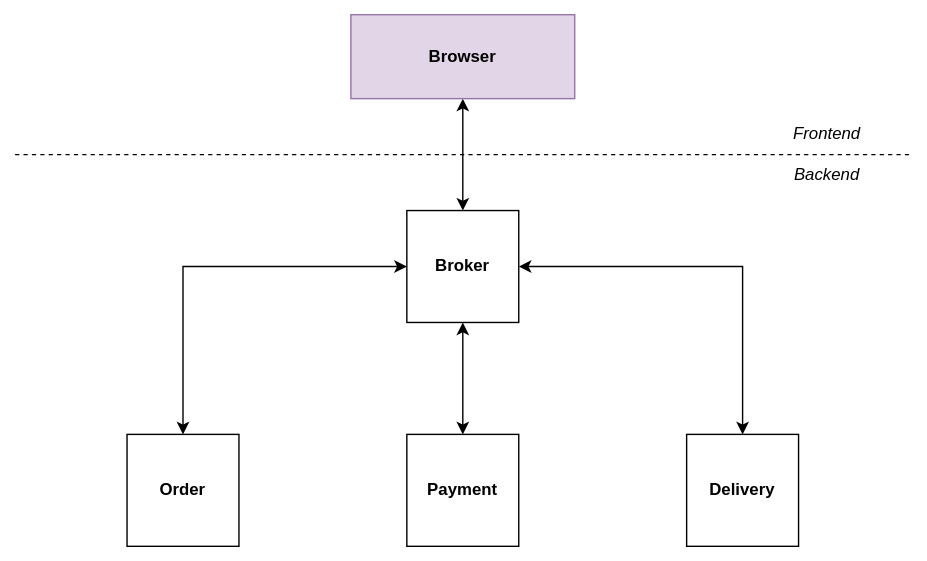
dleclercpro/EventDrivenArchitecturePlayground keeps this draw.io diagram as Diagrams/EventDrivenArchitecture.drawio.svg. Above is the earlier version. Source tidied: cells renumbered, new cells last; positions are measured from the earlier drawing's top-left corner, leaving out a move shared by most shapes. Source of this version:
```xml
<mxGraphModel>
  <root>
    <mxCell id="0" />
    <mxCell id="1" parent="0" />
    <mxCell id="2" style="edgeStyle=orthogonalEdgeStyle;rounded=0;jettySize=auto;html=1;exitX=0.5;exitY=0;exitDx=0;exitDy=0;entryX=0;entryY=0.5;entryDx=0;entryDy=0;startArrow=classic;startFill=1;" parent="1" edge="1" source="3" target="8">
      <mxGeometry relative="1" as="geometry" />
    </mxCell>
    <mxCell id="3" value="&lt;span&gt;Order&lt;br&gt;&lt;/span&gt;" style="whiteSpace=wrap;html=1;fontStyle=1;" parent="1" vertex="1">
      <mxGeometry x="80" y="300" width="80" height="80" as="geometry" />
    </mxCell>
    <mxCell id="4" value="&lt;span&gt;Delivery&lt;br&gt;&lt;/span&gt;" style="whiteSpace=wrap;html=1;fontStyle=1;" parent="1" vertex="1">
      <mxGeometry x="480" y="300" width="80" height="80" as="geometry" />
    </mxCell>
    <mxCell id="5" value="&lt;span&gt;Payment&lt;br&gt;&lt;/span&gt;" style="whiteSpace=wrap;html=1;fontStyle=1;" parent="1" vertex="1">
      <mxGeometry x="280" y="300" width="80" height="80" as="geometry" />
    </mxCell>
    <mxCell id="6" style="edgeStyle=orthogonalEdgeStyle;rounded=0;jettySize=auto;html=1;exitX=1;exitY=0.5;exitDx=0;exitDy=0;entryX=0.5;entryY=0;entryDx=0;entryDy=0;startArrow=classic;startFill=1;" parent="1" edge="1" source="8" target="4">
      <mxGeometry relative="1" as="geometry" />
    </mxCell>
    <mxCell id="7" style="edgeStyle=orthogonalEdgeStyle;rounded=0;jettySize=auto;html=1;exitX=0.5;exitY=1;exitDx=0;exitDy=0;entryX=0.5;entryY=0;entryDx=0;entryDy=0;startArrow=classic;startFill=1;" parent="1" edge="1" source="8" target="5">
      <mxGeometry relative="1" as="geometry" />
    </mxCell>
    <mxCell id="8" value="&lt;span&gt;Broker&lt;br&gt;&lt;/span&gt;" style="whiteSpace=wrap;html=1;fontStyle=1;" parent="1" vertex="1">
      <mxGeometry x="280" y="140" width="80" height="80" as="geometry" />
    </mxCell>
    <mxCell id="9" style="edgeStyle=orthogonalEdgeStyle;rounded=0;jettySize=auto;html=1;exitX=0.5;exitY=1;exitDx=0;exitDy=0;entryX=0.5;entryY=0;entryDx=0;entryDy=0;startArrow=classic;startFill=1;" parent="1" edge="1" source="10" target="8">
      <mxGeometry relative="1" as="geometry" />
    </mxCell>
    <mxCell id="10" value="Browser" style="rounded=0;whiteSpace=wrap;html=1;fillColor=#e1d5e7;strokeColor=#9673a6;fontStyle=1;" parent="1" vertex="1">
      <mxGeometry x="240" width="160" height="60" as="geometry" />
    </mxCell>
    <mxCell id="11" style="endArrow=none;dashed=1;html=1;rounded=0;" parent="1" edge="1">
      <mxGeometry relative="1" as="geometry">
        <mxPoint y="100" as="sourcePoint" />
        <mxPoint x="640" y="100" as="targetPoint" />
      </mxGeometry>
    </mxCell>
    <mxCell id="12" value="&lt;i&gt;Backend&lt;/i&gt;" style="text;html=1;align=center;verticalAlign=middle;strokeColor=none;fillColor=none;" parent="1" vertex="1">
      <mxGeometry x="545" y="100" width="70" height="30" as="geometry" />
    </mxCell>
    <mxCell id="13" value="&lt;i&gt;Frontend&lt;/i&gt;" style="text;html=1;align=center;verticalAlign=middle;strokeColor=none;fillColor=none;" parent="1" vertex="1">
      <mxGeometry x="545" y="70" width="70" height="30" as="geometry" />
    </mxCell>
  </root>
</mxGraphModel>
```
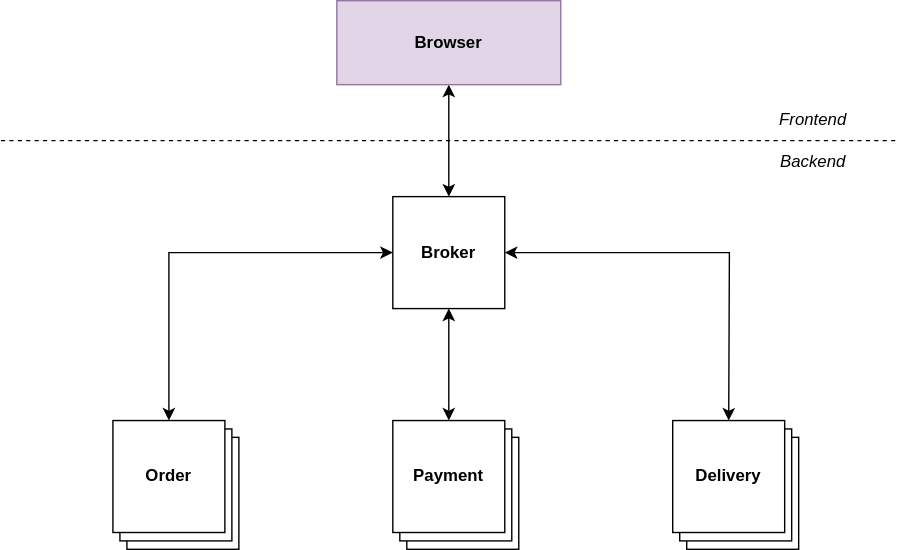
After the change.

Commit message:
Scalable services in diagram.

What changed in the source:
```diff
@@ -5,20 +5,15 @@
     <mxCell id="2" style="edgeStyle=orthogonalEdgeStyle;rounded=0;jettySize=auto;html=1;exitX=0.5;exitY=0;exitDx=0;exitDy=0;entryX=0;entryY=0.5;entryDx=0;entryDy=0;startArrow=classic;startFill=1;" parent="1" edge="1" source="3" target="8">
       <mxGeometry relative="1" as="geometry" />
     </mxCell>
-    <mxCell id="3" value="&lt;span&gt;Order&lt;br&gt;&lt;/span&gt;" style="whiteSpace=wrap;html=1;fontStyle=1;" parent="1" vertex="1">
-      <mxGeometry x="80" y="300" width="80" height="80" as="geometry" />
-    </mxCell>
-    <mxCell id="4" value="&lt;span&gt;Delivery&lt;br&gt;&lt;/span&gt;" style="whiteSpace=wrap;html=1;fontStyle=1;" parent="1" vertex="1">
-      <mxGeometry x="480" y="300" width="80" height="80" as="geometry" />
-    </mxCell>
-    <mxCell id="5" value="&lt;span&gt;Payment&lt;br&gt;&lt;/span&gt;" style="whiteSpace=wrap;html=1;fontStyle=1;" parent="1" vertex="1">
-      <mxGeometry x="280" y="300" width="80" height="80" as="geometry" />
-    </mxCell>
-    <mxCell id="6" style="edgeStyle=orthogonalEdgeStyle;rounded=0;jettySize=auto;html=1;exitX=1;exitY=0.5;exitDx=0;exitDy=0;entryX=0.5;entryY=0;entryDx=0;entryDy=0;startArrow=classic;startFill=1;" parent="1" edge="1" source="8" target="4">
-      <mxGeometry relative="1" as="geometry" />
+    <mxCell id="6" style="edgeStyle=orthogonalEdgeStyle;rounded=0;jettySize=auto;html=1;exitX=1;exitY=0.5;exitDx=0;exitDy=0;entryX=0.5;entryY=0;entryDx=0;entryDy=0;startArrow=classic;startFill=1;" parent="1" edge="1" source="8">
+      <mxGeometry relative="1" as="geometry">
+        <mxPoint x="520" y="300" as="targetPoint" />
+      </mxGeometry>
     </mxCell>
-    <mxCell id="7" style="edgeStyle=orthogonalEdgeStyle;rounded=0;jettySize=auto;html=1;exitX=0.5;exitY=1;exitDx=0;exitDy=0;entryX=0.5;entryY=0;entryDx=0;entryDy=0;startArrow=classic;startFill=1;" parent="1" edge="1" source="8" target="5">
-      <mxGeometry relative="1" as="geometry" />
+    <mxCell id="7" style="edgeStyle=orthogonalEdgeStyle;rounded=0;jettySize=auto;html=1;exitX=0.5;exitY=1;exitDx=0;exitDy=0;entryX=0.5;entryY=0;entryDx=0;entryDy=0;startArrow=classic;startFill=1;" parent="1" edge="1" source="8">
+      <mxGeometry relative="1" as="geometry">
+        <mxPoint x="320" y="300" as="targetPoint" />
+      </mxGeometry>
     </mxCell>
     <mxCell id="8" value="&lt;span&gt;Broker&lt;br&gt;&lt;/span&gt;" style="whiteSpace=wrap;html=1;fontStyle=1;" parent="1" vertex="1">
       <mxGeometry x="280" y="140" width="80" height="80" as="geometry" />
@@ -41,5 +36,41 @@
     <mxCell id="13" value="&lt;i&gt;Frontend&lt;/i&gt;" style="text;html=1;align=center;verticalAlign=middle;strokeColor=none;fillColor=none;" parent="1" vertex="1">
       <mxGeometry x="545" y="70" width="70" height="30" as="geometry" />
     </mxCell>
+    <mxCell id="14" style="group;" parent="1" vertex="1">
+      <mxGeometry x="80" y="300" width="90" height="92" as="geometry" />
+    </mxCell>
+    <mxCell id="15" value="&lt;span&gt;&lt;br&gt;&lt;/span&gt;" style="whiteSpace=wrap;html=1;fontStyle=1;" parent="14" vertex="1">
+      <mxGeometry x="10" y="12" width="80" height="80" as="geometry" />
+    </mxCell>
+    <mxCell id="16" value="&lt;span&gt;&lt;br&gt;&lt;/span&gt;" style="whiteSpace=wrap;html=1;fontStyle=1;" parent="14" vertex="1">
+      <mxGeometry x="5" y="6" width="80" height="80" as="geometry" />
+    </mxCell>
+    <mxCell id="3" value="&lt;span&gt;Order&lt;br&gt;&lt;/span&gt;" style="whiteSpace=wrap;html=1;fontStyle=1;" parent="14" vertex="1">
+      <mxGeometry width="80" height="80" as="geometry" />
+    </mxCell>
+    <mxCell id="17" style="group;" parent="1" vertex="1">
+      <mxGeometry x="280" y="300" width="90" height="92" as="geometry" />
+    </mxCell>
+    <mxCell id="18" value="&lt;span&gt;&lt;br&gt;&lt;/span&gt;" style="whiteSpace=wrap;html=1;fontStyle=1;" parent="17" vertex="1">
+      <mxGeometry x="10" y="12" width="80" height="80" as="geometry" />
+    </mxCell>
+    <mxCell id="19" value="&lt;span&gt;&lt;br&gt;&lt;/span&gt;" style="whiteSpace=wrap;html=1;fontStyle=1;" parent="17" vertex="1">
+      <mxGeometry x="5" y="6" width="80" height="80" as="geometry" />
+    </mxCell>
+    <mxCell id="5" value="&lt;span&gt;Payment&lt;br&gt;&lt;/span&gt;" style="whiteSpace=wrap;html=1;fontStyle=1;" parent="17" vertex="1">
+      <mxGeometry width="80" height="80" as="geometry" />
+    </mxCell>
+    <mxCell id="20" style="group;" parent="1" vertex="1">
+      <mxGeometry x="480" y="300" width="90" height="92" as="geometry" />
+    </mxCell>
+    <mxCell id="21" value="&lt;span&gt;&lt;br&gt;&lt;/span&gt;" style="whiteSpace=wrap;html=1;fontStyle=1;" parent="20" vertex="1">
+      <mxGeometry x="10" y="12" width="80" height="80" as="geometry" />
+    </mxCell>
+    <mxCell id="22" value="&lt;span&gt;&lt;br&gt;&lt;/span&gt;" style="whiteSpace=wrap;html=1;fontStyle=1;" parent="20" vertex="1">
+      <mxGeometry x="5" y="6" width="80" height="80" as="geometry" />
+    </mxCell>
+    <mxCell id="4" value="&lt;span&gt;Delivery&lt;br&gt;&lt;/span&gt;" style="whiteSpace=wrap;html=1;fontStyle=1;" parent="20" vertex="1">
+      <mxGeometry width="80" height="80" as="geometry" />
+    </mxCell>
   </root>
 </mxGraphModel>
```
